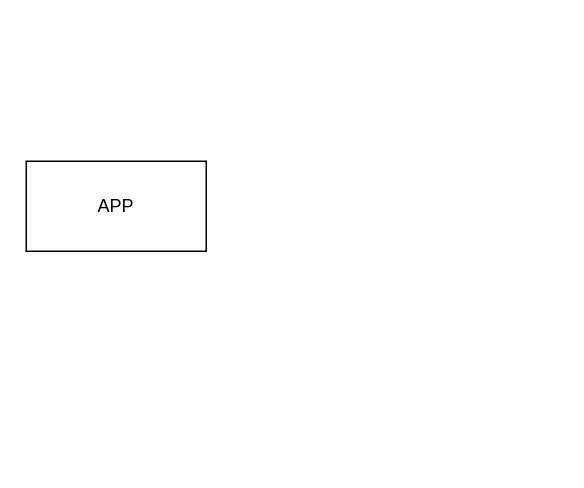
Before: pkfare/book-refactor/未命名绘图.drawio in zhangweixin/design-diagram, a draw.io diagram. Source tidied: cells renumbered, new cells numbered last; positions are measured from the earlier drawing's top-left corner, leaving out a move shared by most shapes. Both pictures are drawn from the tidied source at 150%, with x=0, y=0 at pixel (26, 160).
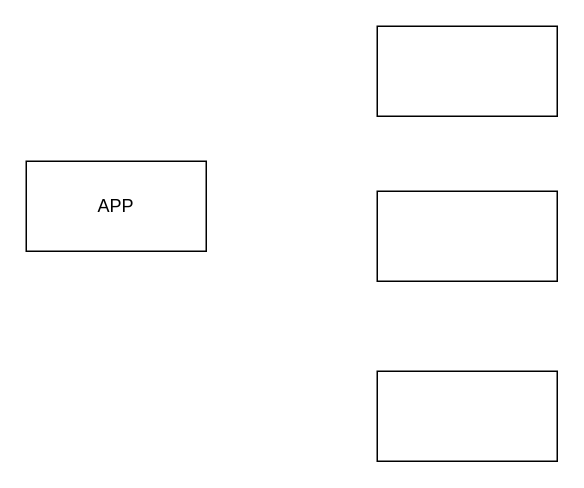
Above is the later version.

Commit message (it also covers changes not shown here):
更新未命名绘图.drawio

The edit, as a diff of the source:
```diff
@@
 <mxGraphModel>
   <root>
     <mxCell id="0" />
     <mxCell id="1" parent="0" />
     <mxCell id="2" value="APP" style="rounded=0;whiteSpace=wrap;html=1;" parent="1" vertex="1">
       <mxGeometry width="120" height="60" as="geometry" />
     </mxCell>
+    <mxCell id="3" style="rounded=0;whiteSpace=wrap;html=1;" parent="1" vertex="1">
+      <mxGeometry x="234" y="-90" width="120" height="60" as="geometry" />
+    </mxCell>
+    <mxCell id="4" style="rounded=0;whiteSpace=wrap;html=1;" parent="1" vertex="1">
+      <mxGeometry x="234" y="20" width="120" height="60" as="geometry" />
+    </mxCell>
+    <mxCell id="5" style="rounded=0;whiteSpace=wrap;html=1;" parent="1" vertex="1">
+      <mxGeometry x="234" y="140" width="120" height="60" as="geometry" />
+    </mxCell>
   </root>
 </mxGraphModel>
```
